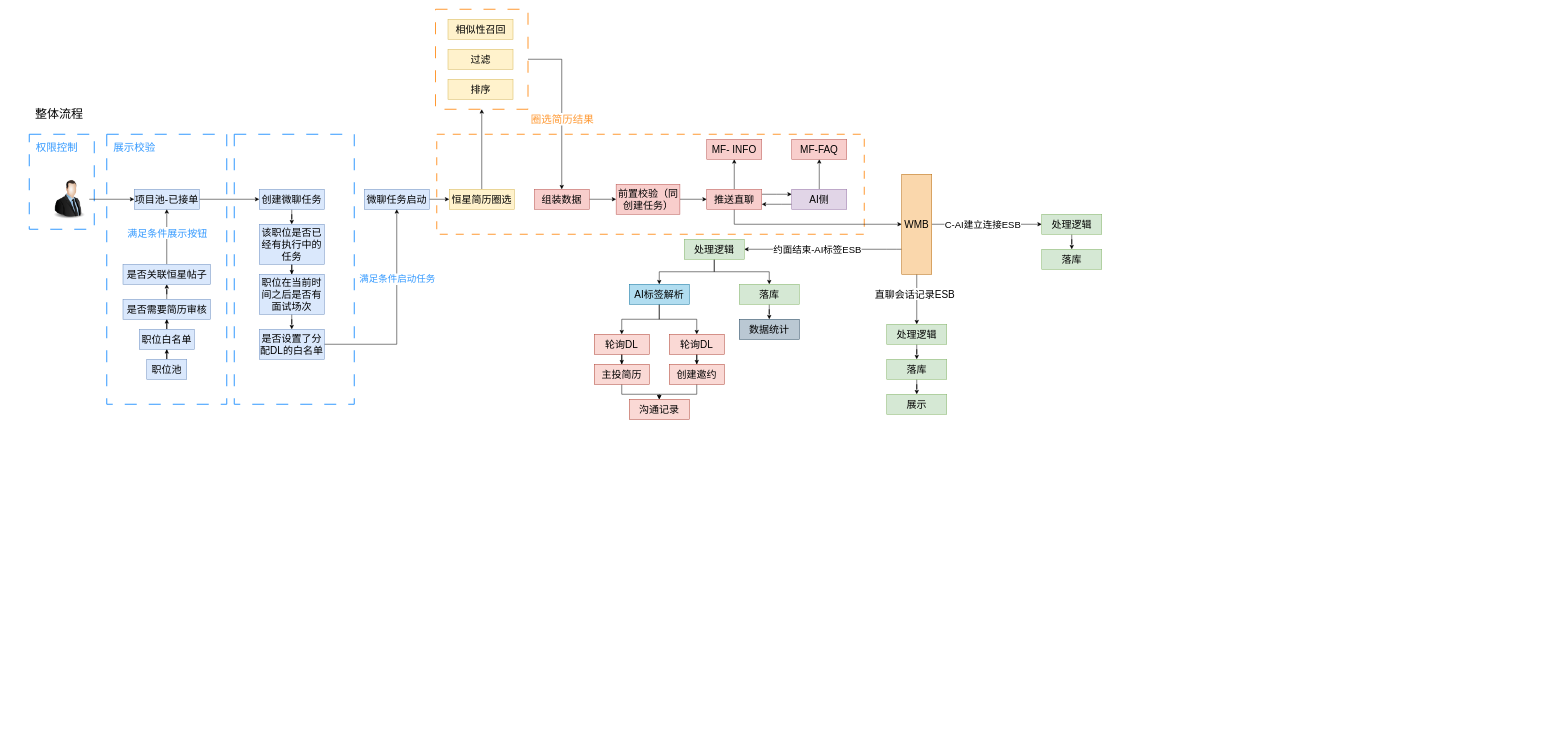
Earlier version of the draw.io diagram 魔方AI微聊.drawio (LuOyEbY/draw-b). Source tidied: cells renumbered, new cells numbered last; positions are measured from the earlier drawing's top-left corner, leaving out a move shared by most shapes. Both pictures are drawn from the tidied source at 50%, with x=0, y=0 at pixel (29, 9).
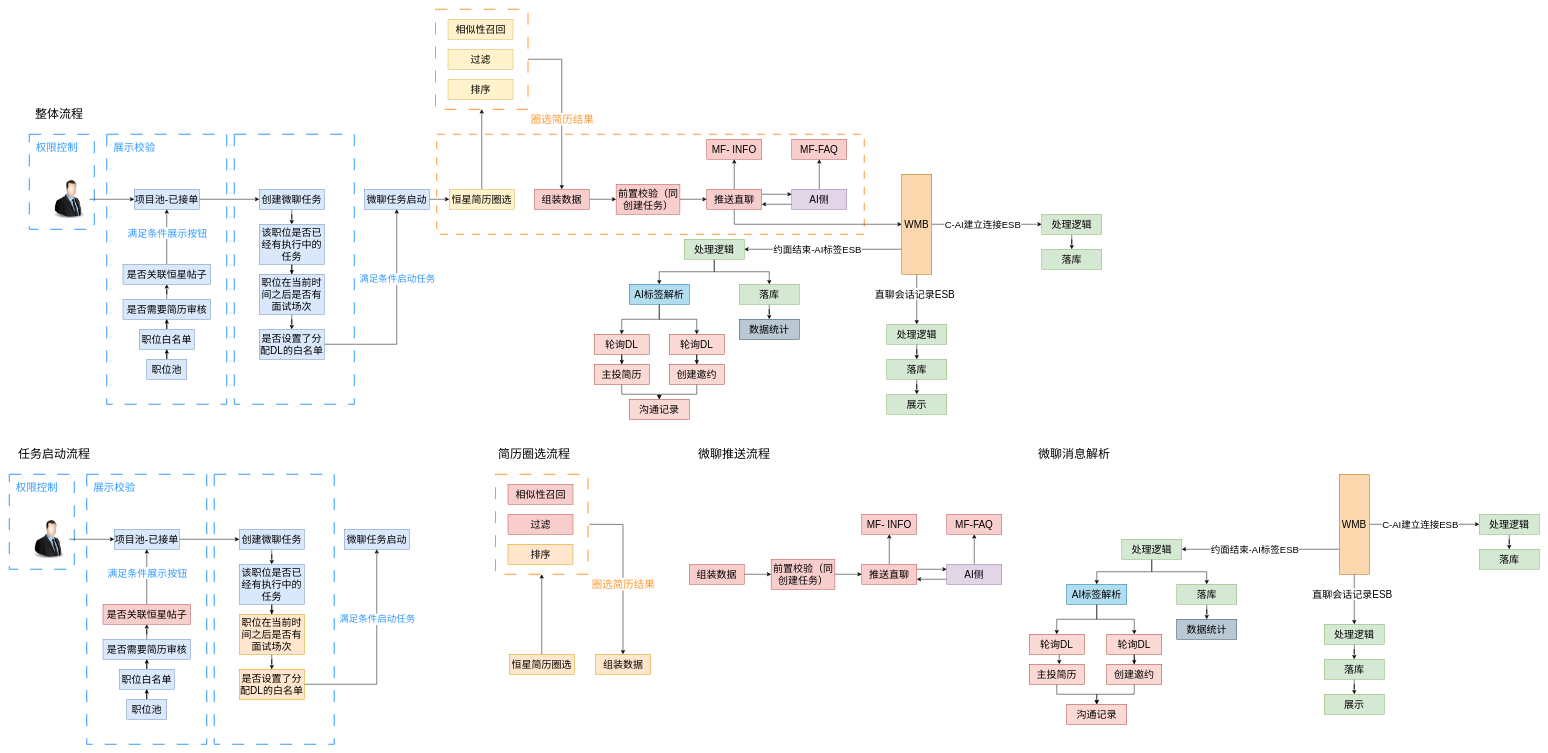
After the change.

Commit message (it also covers changes not shown here):
更新魔方AI微聊.drawio

The edit, as a diff of the source:
```diff
@@
+    <mxCell id="87" style="rounded=0;whiteSpace=wrap;html=1;dashed=1;strokeWidth=2;strokeColor=#3399FF;dashPattern=12 12;" parent="1" vertex="1">
+      <mxGeometry x="370" y="930" width="240" height="540" as="geometry" />
+    </mxCell>
+    <mxCell id="88" style="rounded=0;whiteSpace=wrap;html=1;dashed=1;strokeWidth=2;strokeColor=#3399FF;dashPattern=12 12;" parent="1" vertex="1">
+      <mxGeometry x="-40" y="930" width="130" height="190" as="geometry" />
+    </mxCell>
+    <mxCell id="89" style="rounded=0;whiteSpace=wrap;html=1;dashed=1;strokeWidth=2;strokeColor=#3399FF;dashPattern=12 12;" parent="1" vertex="1">
+      <mxGeometry x="115" y="930" width="240" height="540" as="geometry" />
+    </mxCell>
+    <mxCell id="90" style="edgeStyle=orthogonalEdgeStyle;rounded=0;jettySize=auto;html=1;entryX=0;entryY=0.5;entryDx=0;entryDy=0;" parent="1" edge="1" source="91" target="96">
+      <mxGeometry relative="1" as="geometry" />
+    </mxCell>
+    <mxCell id="91" style="image;html=1;image=img/lib/clip_art/people/Suit_Man_128x128.png;rounded=0;" parent="1" vertex="1">
+      <mxGeometry y="1020" width="80" height="80" as="geometry" />
+    </mxCell>
+    <mxCell id="92" value="任务启动流程" style="text;html=1;strokeColor=none;fillColor=none;align=center;verticalAlign=middle;whiteSpace=wrap;rounded=0;fontSize=24;" parent="1" vertex="1">
+      <mxGeometry x="-40" y="870" width="180" height="40" as="geometry" />
+    </mxCell>
+    <mxCell id="93" style="edgeStyle=orthogonalEdgeStyle;rounded=0;jettySize=auto;html=1;" parent="1" edge="1" source="94" target="110">
+      <mxGeometry relative="1" as="geometry" />
+    </mxCell>
+    <mxCell id="94" value="创建微聊任务" style="whiteSpace=wrap;html=1;verticalAlign=middle;labelBackgroundColor=none;fontSize=20;fillColor=#dae8fc;strokeColor=#6c8ebf;rounded=0;" parent="1" vertex="1">
+      <mxGeometry x="420" y="1040" width="130" height="40" as="geometry" />
+    </mxCell>
+    <mxCell id="95" style="edgeStyle=orthogonalEdgeStyle;rounded=0;jettySize=auto;html=1;" parent="1" edge="1" source="96" target="94">
+      <mxGeometry relative="1" as="geometry" />
+    </mxCell>
+    <mxCell id="96" value="项目池-已接单" style="whiteSpace=wrap;html=1;verticalAlign=middle;labelBackgroundColor=none;fontSize=20;fillColor=#dae8fc;strokeColor=#6c8ebf;rounded=0;" parent="1" vertex="1">
+      <mxGeometry x="170" y="1040" width="130" height="40" as="geometry" />
+    </mxCell>
+    <mxCell id="97" style="edgeStyle=orthogonalEdgeStyle;rounded=0;jettySize=auto;html=1;" parent="1" edge="1" source="98" target="100">
+      <mxGeometry relative="1" as="geometry" />
+    </mxCell>
+    <mxCell id="98" value="职位池" style="whiteSpace=wrap;html=1;verticalAlign=middle;labelBackgroundColor=none;fontSize=20;fillColor=#dae8fc;strokeColor=#6c8ebf;rounded=0;" parent="1" vertex="1">
+      <mxGeometry x="195" y="1380" width="80" height="40" as="geometry" />
+    </mxCell>
+    <mxCell id="99" style="edgeStyle=orthogonalEdgeStyle;rounded=0;jettySize=auto;html=1;" parent="1" edge="1" source="100" target="102">
+      <mxGeometry relative="1" as="geometry" />
+    </mxCell>
+    <mxCell id="100" value="职位白名单" style="whiteSpace=wrap;html=1;verticalAlign=middle;labelBackgroundColor=none;fontSize=20;fillColor=#dae8fc;strokeColor=#6c8ebf;rounded=0;" parent="1" vertex="1">
+      <mxGeometry x="180" y="1320" width="110" height="40" as="geometry" />
+    </mxCell>
+    <mxCell id="101" style="edgeStyle=orthogonalEdgeStyle;rounded=0;jettySize=auto;html=1;" parent="1" edge="1" source="102" target="108">
+      <mxGeometry relative="1" as="geometry" />
+    </mxCell>
+    <mxCell id="102" value="是否需要简历审核" style="whiteSpace=wrap;html=1;verticalAlign=middle;labelBackgroundColor=none;fontSize=20;fillColor=#dae8fc;strokeColor=#6c8ebf;rounded=0;" parent="1" vertex="1">
+      <mxGeometry x="147.5" y="1260" width="175" height="40" as="geometry" />
+    </mxCell>
+    <mxCell id="103" value="展示校验" style="text;html=1;strokeColor=none;fillColor=none;align=center;verticalAlign=middle;rounded=0;fontSize=21;fontColor=#3399FF;" parent="1" vertex="1">
+      <mxGeometry x="115" y="930" width="110" height="50" as="geometry" />
+    </mxCell>
+    <mxCell id="104" value="权限控制" style="text;html=1;strokeColor=none;fillColor=none;align=center;verticalAlign=middle;rounded=0;fontSize=21;fontColor=#3399FF;" parent="1" vertex="1">
+      <mxGeometry x="-40" y="930" width="110" height="50" as="geometry" />
+    </mxCell>
+    <mxCell id="105" value="微聊任务启动" style="whiteSpace=wrap;html=1;verticalAlign=middle;labelBackgroundColor=none;fontSize=20;fillColor=#dae8fc;strokeColor=#6c8ebf;rounded=0;" parent="1" vertex="1">
+      <mxGeometry x="630" y="1040" width="130" height="40" as="geometry" />
+    </mxCell>
+    <mxCell id="106" style="edgeStyle=orthogonalEdgeStyle;rounded=0;jettySize=auto;html=1;" parent="1" edge="1" source="108" target="96">
+      <mxGeometry relative="1" as="geometry" />
+    </mxCell>
+    <mxCell id="107" value="满足条件展示按钮" style="edgeLabel;html=1;align=center;verticalAlign=middle;fontSize=20;fontColor=#3399FF;" parent="106" vertex="1">
+      <mxGeometry x="0.16" relative="1" as="geometry" />
+    </mxCell>
+    <mxCell id="108" value="是否关联恒星帖子" style="whiteSpace=wrap;html=1;verticalAlign=middle;labelBackgroundColor=none;fontSize=20;fillColor=#f8cecc;strokeColor=#b85450;rounded=0;" parent="1" vertex="1">
+      <mxGeometry x="147.5" y="1190" width="175" height="40" as="geometry" />
+    </mxCell>
+    <mxCell id="109" style="edgeStyle=orthogonalEdgeStyle;rounded=0;jettySize=auto;html=1;" parent="1" edge="1" source="110" target="112">
+      <mxGeometry relative="1" as="geometry" />
+    </mxCell>
+    <mxCell id="110" value="该职位是否已经有执行中的任务" style="whiteSpace=wrap;html=1;verticalAlign=middle;labelBackgroundColor=none;fontSize=20;fillColor=#dae8fc;strokeColor=#6c8ebf;rounded=0;" parent="1" vertex="1">
+      <mxGeometry x="420" y="1110" width="130" height="80" as="geometry" />
+    </mxCell>
+    <mxCell id="111" style="edgeStyle=orthogonalEdgeStyle;rounded=0;jettySize=auto;html=1;" parent="1" edge="1" source="112" target="115">
+      <mxGeometry relative="1" as="geometry" />
+    </mxCell>
+    <mxCell id="112" value="职位在当前时间之后是否有面试场次" style="whiteSpace=wrap;html=1;verticalAlign=middle;labelBackgroundColor=none;fontSize=20;fillColor=#ffe6cc;strokeColor=#d79b00;rounded=0;" parent="1" vertex="1">
+      <mxGeometry x="420" y="1210" width="130" height="80" as="geometry" />
+    </mxCell>
+    <mxCell id="113" style="edgeStyle=orthogonalEdgeStyle;rounded=0;jettySize=auto;html=1;entryX=0.5;entryY=1;entryDx=0;entryDy=0;" parent="1" edge="1" source="115" target="105">
+      <mxGeometry relative="1" as="geometry" />
+    </mxCell>
+    <mxCell id="114" value="满足条件启动任务" style="edgeLabel;html=1;align=center;verticalAlign=middle;fontSize=19;fontColor=#3399FF;" parent="113" vertex="1">
+      <mxGeometry x="0.33" relative="1" as="geometry" />
+    </mxCell>
+    <mxCell id="115" value="是否设置了分配DL的白名单" style="whiteSpace=wrap;html=1;verticalAlign=middle;labelBackgroundColor=none;fontSize=20;fillColor=#ffe6cc;strokeColor=#d79b00;rounded=0;" parent="1" vertex="1">
+      <mxGeometry x="420" y="1320" width="130" height="60" as="geometry" />
+    </mxCell>
+    <mxCell id="116" style="edgeStyle=orthogonalEdgeStyle;rounded=0;jettySize=auto;html=1;entryX=0.5;entryY=0;entryDx=0;entryDy=0;" parent="1" edge="1" target="121">
+      <mxGeometry relative="1" as="geometry">
+        <mxPoint x="1120" y="1030" as="sourcePoint" />
+      </mxGeometry>
+    </mxCell>
+    <mxCell id="117" value="圈选简历结果" style="edgeLabel;html=1;align=center;verticalAlign=middle;fontSize=21;fontColor=#FF9933;" parent="116" vertex="1">
+      <mxGeometry x="0.02" y="-1" relative="1" as="geometry">
+        <mxPoint x="1" y="20" as="offset" />
+      </mxGeometry>
+    </mxCell>
+    <mxCell id="118" style="rounded=0;whiteSpace=wrap;html=1;dashed=1;strokeWidth=2;strokeColor=#FF9933;dashPattern=12 12;" parent="1" vertex="1">
+      <mxGeometry x="932.5" y="930" width="185" height="200" as="geometry" />
+    </mxCell>
+    <mxCell id="119" style="edgeStyle=orthogonalEdgeStyle;rounded=0;jettySize=auto;html=1;" parent="1" edge="1" source="120" target="118">
+      <mxGeometry relative="1" as="geometry" />
+    </mxCell>
+    <mxCell id="120" value="恒星简历圈选" style="whiteSpace=wrap;html=1;verticalAlign=middle;labelBackgroundColor=none;fontSize=20;fillColor=#ffe6cc;strokeColor=#d79b00;rounded=0;" parent="1" vertex="1">
+      <mxGeometry x="960" y="1290" width="130" height="40" as="geometry" />
+    </mxCell>
+    <mxCell id="121" value="组装数据" style="whiteSpace=wrap;html=1;verticalAlign=middle;labelBackgroundColor=none;fontSize=20;fillColor=#ffe6cc;strokeColor=#d79b00;rounded=0;" parent="1" vertex="1">
+      <mxGeometry x="1132.5" y="1290" width="110" height="40" as="geometry" />
+    </mxCell>
+    <mxCell id="122" value="相似性召回" style="whiteSpace=wrap;html=1;verticalAlign=middle;labelBackgroundColor=none;fontSize=20;fillColor=#f8cecc;strokeColor=#b85450;rounded=0;" parent="1" vertex="1">
+      <mxGeometry x="957.5" y="950" width="130" height="40" as="geometry" />
+    </mxCell>
+    <mxCell id="123" value="过滤" style="whiteSpace=wrap;html=1;verticalAlign=middle;labelBackgroundColor=none;fontSize=20;fillColor=#f8cecc;strokeColor=#b85450;rounded=0;" parent="1" vertex="1">
+      <mxGeometry x="957.5" y="1010" width="130" height="40" as="geometry" />
+    </mxCell>
+    <mxCell id="124" value="排序" style="whiteSpace=wrap;html=1;verticalAlign=middle;labelBackgroundColor=none;fontSize=20;fillColor=#ffe6cc;strokeColor=#d79b00;rounded=0;" parent="1" vertex="1">
+      <mxGeometry x="957.5" y="1070" width="130" height="40" as="geometry" />
+    </mxCell>
+    <mxCell id="125" value="简历圈选流程" style="text;html=1;strokeColor=none;fillColor=none;align=center;verticalAlign=middle;whiteSpace=wrap;rounded=0;fontSize=24;" parent="1" vertex="1">
+      <mxGeometry x="920" y="870" width="180" height="40" as="geometry" />
+    </mxCell>
+    <mxCell id="126" style="edgeStyle=orthogonalEdgeStyle;rounded=0;jettySize=auto;html=1;" parent="1" edge="1" source="127" target="137">
+      <mxGeometry relative="1" as="geometry" />
+    </mxCell>
+    <mxCell id="127" value="组装数据" style="whiteSpace=wrap;html=1;verticalAlign=middle;labelBackgroundColor=none;fontSize=20;fillColor=#f8cecc;strokeColor=#b85450;rounded=0;" parent="1" vertex="1">
+      <mxGeometry x="1320" y="1110" width="110" height="40" as="geometry" />
+    </mxCell>
+    <mxCell id="128" style="edgeStyle=orthogonalEdgeStyle;rounded=0;jettySize=auto;html=1;" parent="1" edge="1" source="130" target="133">
+      <mxGeometry relative="1" as="geometry">
+        <Array as="points">
+          <mxPoint x="1805" y="1120" />
+          <mxPoint x="1805" y="1120" />
+        </Array>
+      </mxGeometry>
+    </mxCell>
+    <mxCell id="129" style="edgeStyle=orthogonalEdgeStyle;rounded=0;jettySize=auto;html=1;entryX=0.5;entryY=1;entryDx=0;entryDy=0;" parent="1" edge="1" source="130" target="135">
+      <mxGeometry relative="1" as="geometry" />
+    </mxCell>
+    <mxCell id="130" value="推送直聊" style="whiteSpace=wrap;html=1;verticalAlign=middle;labelBackgroundColor=none;fontSize=20;fillColor=#f8cecc;strokeColor=#b85450;rounded=0;" parent="1" vertex="1">
+      <mxGeometry x="1665" y="1110" width="110" height="40" as="geometry" />
+    </mxCell>
+    <mxCell id="131" style="edgeStyle=orthogonalEdgeStyle;rounded=0;jettySize=auto;html=1;entryX=1;entryY=0.75;entryDx=0;entryDy=0;" parent="1" edge="1" source="133" target="130">
+      <mxGeometry relative="1" as="geometry">
+        <Array as="points">
+          <mxPoint x="1815" y="1140" />
+          <mxPoint x="1815" y="1140" />
+        </Array>
+      </mxGeometry>
+    </mxCell>
+    <mxCell id="132" style="edgeStyle=orthogonalEdgeStyle;rounded=0;jettySize=auto;html=1;entryX=0.5;entryY=1;entryDx=0;entryDy=0;" parent="1" edge="1" source="133" target="134">
+      <mxGeometry relative="1" as="geometry" />
+    </mxCell>
+    <mxCell id="133" value="AI侧" style="whiteSpace=wrap;html=1;verticalAlign=middle;labelBackgroundColor=none;fontSize=20;fillColor=#e1d5e7;strokeColor=#9673a6;rounded=0;" parent="1" vertex="1">
+      <mxGeometry x="1835" y="1110" width="110" height="40" as="geometry" />
+    </mxCell>
+    <mxCell id="134" value="MF-FAQ" style="whiteSpace=wrap;html=1;verticalAlign=middle;labelBackgroundColor=none;fontSize=20;fillColor=#f8cecc;strokeColor=#b85450;rounded=0;" parent="1" vertex="1">
+      <mxGeometry x="1835" y="1010" width="110" height="40" as="geometry" />
+    </mxCell>
+    <mxCell id="135" value="MF- INFO" style="whiteSpace=wrap;html=1;verticalAlign=middle;labelBackgroundColor=none;fontSize=20;fillColor=#f8cecc;strokeColor=#b85450;rounded=0;" parent="1" vertex="1">
+      <mxGeometry x="1665" y="1010" width="110" height="40" as="geometry" />
+    </mxCell>
+    <mxCell id="136" style="edgeStyle=orthogonalEdgeStyle;rounded=0;jettySize=auto;html=1;entryX=0;entryY=0.5;entryDx=0;entryDy=0;" parent="1" edge="1" source="137" target="130">
+      <mxGeometry relative="1" as="geometry" />
+    </mxCell>
+    <mxCell id="137" value="前置校验（同创建任务）" style="whiteSpace=wrap;html=1;verticalAlign=middle;labelBackgroundColor=none;fontSize=20;fillColor=#f8cecc;strokeColor=#b85450;rounded=0;" parent="1" vertex="1">
+      <mxGeometry x="1483.8" y="1100" width="127.5" height="60" as="geometry" />
+    </mxCell>
+    <mxCell id="138" value="微聊推送流程" style="text;html=1;strokeColor=none;fillColor=none;align=center;verticalAlign=middle;whiteSpace=wrap;rounded=0;fontSize=24;" parent="1" vertex="1">
+      <mxGeometry x="1320" y="870" width="180" height="40" as="geometry" />
+    </mxCell>
+    <mxCell id="139" style="edgeStyle=orthogonalEdgeStyle;jettySize=auto;html=1;entryX=1;entryY=0.5;entryDx=0;entryDy=0;" parent="1" edge="1" source="145" target="148">
+      <mxGeometry relative="1" as="geometry">
+        <Array as="points">
+          <mxPoint x="2600" y="1080" />
+          <mxPoint x="2600" y="1080" />
+        </Array>
+      </mxGeometry>
+    </mxCell>
+    <mxCell id="140" value="约面结束-AI标签ESB" style="edgeLabel;html=1;align=center;verticalAlign=middle;fontSize=19;" parent="139" vertex="1">
+      <mxGeometry x="0.07" y="1" relative="1" as="geometry">
+        <mxPoint x="-1" as="offset" />
+      </mxGeometry>
+    </mxCell>
+    <mxCell id="141" style="edgeStyle=orthogonalEdgeStyle;rounded=0;jettySize=auto;html=1;entryX=0.5;entryY=0;entryDx=0;entryDy=0;" parent="1" edge="1" source="145" target="158">
+      <mxGeometry relative="1" as="geometry" />
+    </mxCell>
+    <mxCell id="142" value="直聊会话记录ESB" style="edgeLabel;html=1;align=center;verticalAlign=middle;fontSize=20;" parent="141" vertex="1">
+      <mxGeometry x="-0.24" y="-5" relative="1" as="geometry" />
+    </mxCell>
+    <mxCell id="143" style="edgeStyle=orthogonalEdgeStyle;rounded=0;jettySize=auto;html=1;entryX=0;entryY=0.5;entryDx=0;entryDy=0;" parent="1" edge="1" source="145" target="163">
+      <mxGeometry relative="1" as="geometry" />
+    </mxCell>
+    <mxCell id="144" value="C-AI建立连接ESB" style="edgeLabel;html=1;align=center;verticalAlign=middle;fontSize=19;" parent="143" vertex="1">
+      <mxGeometry x="-0.18" y="1" relative="1" as="geometry">
+        <mxPoint x="11" y="1" as="offset" />
+      </mxGeometry>
+    </mxCell>
+    <mxCell id="145" value="WMB" style="whiteSpace=wrap;html=1;verticalAlign=middle;labelBackgroundColor=none;fontSize=20;fillColor=#fad7ac;strokeColor=#b46504;rounded=0;" parent="1" vertex="1">
+      <mxGeometry x="2620" y="930" width="60" height="200" as="geometry" />
+    </mxCell>
+    <mxCell id="146" style="edgeStyle=orthogonalEdgeStyle;rounded=0;jettySize=auto;html=1;" parent="1" edge="1" source="148" target="151">
+      <mxGeometry relative="1" as="geometry" />
+    </mxCell>
+    <mxCell id="147" style="edgeStyle=orthogonalEdgeStyle;rounded=0;jettySize=auto;html=1;" parent="1" edge="1" source="148" target="168">
+      <mxGeometry relative="1" as="geometry" />
+    </mxCell>
+    <mxCell id="148" value="处理逻辑" style="whiteSpace=wrap;html=1;verticalAlign=middle;labelBackgroundColor=none;fontSize=20;fillColor=#d5e8d4;strokeColor=#82b366;rounded=0;" parent="1" vertex="1">
+      <mxGeometry x="2185" y="1060" width="120" height="40" as="geometry" />
+    </mxCell>
+    <mxCell id="149" style="edgeStyle=orthogonalEdgeStyle;rounded=0;jettySize=auto;html=1;entryX=0.5;entryY=0;entryDx=0;entryDy=0;" parent="1" edge="1" source="151" target="154">
+      <mxGeometry relative="1" as="geometry" />
+    </mxCell>
+    <mxCell id="150" style="edgeStyle=orthogonalEdgeStyle;rounded=0;jettySize=auto;html=1;entryX=0.5;entryY=0;entryDx=0;entryDy=0;" parent="1" edge="1" source="151" target="170">
+      <mxGeometry relative="1" as="geometry" />
+    </mxCell>
+    <mxCell id="151" value="AI标签解析" style="whiteSpace=wrap;html=1;verticalAlign=middle;labelBackgroundColor=none;fontSize=20;fillColor=#b1ddf0;strokeColor=#10739e;rounded=0;" parent="1" vertex="1">
+      <mxGeometry x="2075" y="1150" width="120" height="40" as="geometry" />
+    </mxCell>
+    <mxCell id="152" value="数据统计" style="whiteSpace=wrap;html=1;verticalAlign=middle;labelBackgroundColor=none;fontSize=20;fillColor=#bac8d3;strokeColor=#23445d;rounded=0;" parent="1" vertex="1">
+      <mxGeometry x="2295" y="1220" width="120" height="40" as="geometry" />
+    </mxCell>
+    <mxCell id="153" style="edgeStyle=orthogonalEdgeStyle;rounded=0;jettySize=auto;html=1;entryX=0.5;entryY=0;entryDx=0;entryDy=0;" parent="1" edge="1" source="154" target="166">
+      <mxGeometry relative="1" as="geometry" />
+    </mxCell>
+    <mxCell id="154" value="轮询DL" style="whiteSpace=wrap;html=1;verticalAlign=middle;labelBackgroundColor=none;fontSize=20;fillColor=#fad9d5;strokeColor=#ae4132;rounded=0;" parent="1" vertex="1">
+      <mxGeometry x="2155" y="1250" width="110" height="40" as="geometry" />
+    </mxCell>
+    <mxCell id="155" style="edgeStyle=orthogonalEdgeStyle;rounded=0;orthogonalLoop=1;jettySize=auto;html=1;" parent="1" edge="1">
+      <mxGeometry relative="1" as="geometry">
+        <mxPoint x="2060" y="1290" as="sourcePoint" />
+        <mxPoint x="2060" y="1310" as="targetPoint" />
+      </mxGeometry>
+    </mxCell>
+    <mxCell id="156" value="沟通记录" style="whiteSpace=wrap;html=1;verticalAlign=middle;labelBackgroundColor=none;fontSize=20;fillColor=#fad9d5;strokeColor=#ae4132;rounded=0;" parent="1" vertex="1">
+      <mxGeometry x="2075" y="1390" width="120" height="40" as="geometry" />
+    </mxCell>
+    <mxCell id="157" style="edgeStyle=orthogonalEdgeStyle;rounded=0;jettySize=auto;html=1;" parent="1" edge="1" source="158" target="160">
+      <mxGeometry relative="1" as="geometry" />
+    </mxCell>
+    <mxCell id="158" value="处理逻辑" style="whiteSpace=wrap;html=1;verticalAlign=middle;labelBackgroundColor=none;fontSize=20;fillColor=#d5e8d4;strokeColor=#82b366;rounded=0;" parent="1" vertex="1">
+      <mxGeometry x="2590" y="1230" width="120" height="40" as="geometry" />
+    </mxCell>
+    <mxCell id="159" style="edgeStyle=orthogonalEdgeStyle;rounded=0;jettySize=auto;html=1;" parent="1" edge="1" source="160" target="161">
+      <mxGeometry relative="1" as="geometry" />
+    </mxCell>
+    <mxCell id="160" value="落库" style="whiteSpace=wrap;html=1;verticalAlign=middle;labelBackgroundColor=none;fontSize=20;fillColor=#d5e8d4;strokeColor=#82b366;rounded=0;" parent="1" vertex="1">
+      <mxGeometry x="2590" y="1300" width="120" height="40" as="geometry" />
+    </mxCell>
+    <mxCell id="161" value="展示" style="whiteSpace=wrap;html=1;verticalAlign=middle;labelBackgroundColor=none;fontSize=20;fillColor=#d5e8d4;strokeColor=#82b366;rounded=0;" parent="1" vertex="1">
+      <mxGeometry x="2590" y="1370" width="120" height="40" as="geometry" />
+    </mxCell>
+    <mxCell id="162" style="edgeStyle=orthogonalEdgeStyle;rounded=0;jettySize=auto;html=1;" parent="1" edge="1" source="163" target="164">
+      <mxGeometry relative="1" as="geometry" />
+    </mxCell>
+    <mxCell id="163" value="处理逻辑" style="whiteSpace=wrap;html=1;verticalAlign=middle;labelBackgroundColor=none;fontSize=20;fillColor=#d5e8d4;strokeColor=#82b366;rounded=0;" parent="1" vertex="1">
+      <mxGeometry x="2900" y="1010" width="120" height="40" as="geometry" />
+    </mxCell>
+    <mxCell id="164" value="落库" style="whiteSpace=wrap;html=1;verticalAlign=middle;labelBackgroundColor=none;fontSize=20;fillColor=#d5e8d4;strokeColor=#82b366;rounded=0;" parent="1" vertex="1">
+      <mxGeometry x="2900" y="1080" width="120" height="40" as="geometry" />
+    </mxCell>
+    <mxCell id="165" style="edgeStyle=orthogonalEdgeStyle;rounded=0;jettySize=auto;html=1;entryX=0.5;entryY=0;entryDx=0;entryDy=0;" parent="1" edge="1" source="166" target="156">
+      <mxGeometry relative="1" as="geometry" />
+    </mxCell>
+    <mxCell id="166" value="创建邀约" style="whiteSpace=wrap;html=1;verticalAlign=middle;labelBackgroundColor=none;fontSize=20;fillColor=#fad9d5;strokeColor=#ae4132;rounded=0;" parent="1" vertex="1">
+      <mxGeometry x="2155" y="1310" width="110" height="40" as="geometry" />
+    </mxCell>
+    <mxCell id="167" style="edgeStyle=orthogonalEdgeStyle;rounded=0;jettySize=auto;html=1;" parent="1" edge="1" source="168" target="152">
+      <mxGeometry relative="1" as="geometry" />
+    </mxCell>
+    <mxCell id="168" value="落库" style="whiteSpace=wrap;html=1;verticalAlign=middle;labelBackgroundColor=none;fontSize=20;fillColor=#d5e8d4;strokeColor=#82b366;rounded=0;" parent="1" vertex="1">
+      <mxGeometry x="2295" y="1150" width="120" height="40" as="geometry" />
+    </mxCell>
+    <mxCell id="169" value="微聊消息解析" style="text;html=1;strokeColor=none;fillColor=none;align=center;verticalAlign=middle;whiteSpace=wrap;rounded=0;fontSize=24;" parent="1" vertex="1">
+      <mxGeometry x="2000" y="870" width="180" height="40" as="geometry" />
+    </mxCell>
+    <mxCell id="170" value="轮询DL" style="whiteSpace=wrap;html=1;verticalAlign=middle;labelBackgroundColor=none;fontSize=20;fillColor=#fad9d5;strokeColor=#ae4132;rounded=0;" parent="1" vertex="1">
+      <mxGeometry x="2000" y="1250" width="110" height="40" as="geometry" />
+    </mxCell>
+    <mxCell id="171" style="edgeStyle=orthogonalEdgeStyle;rounded=0;jettySize=auto;html=1;entryX=0.5;entryY=0;entryDx=0;entryDy=0;" parent="1" edge="1" source="172" target="156">
+      <mxGeometry relative="1" as="geometry" />
+    </mxCell>
+    <mxCell id="172" value="主投简历" style="whiteSpace=wrap;html=1;verticalAlign=middle;labelBackgroundColor=none;fontSize=20;fillColor=#fad9d5;strokeColor=#ae4132;rounded=0;" parent="1" vertex="1">
+      <mxGeometry x="2000" y="1310" width="110" height="40" as="geometry" />
+    </mxCell>
```
